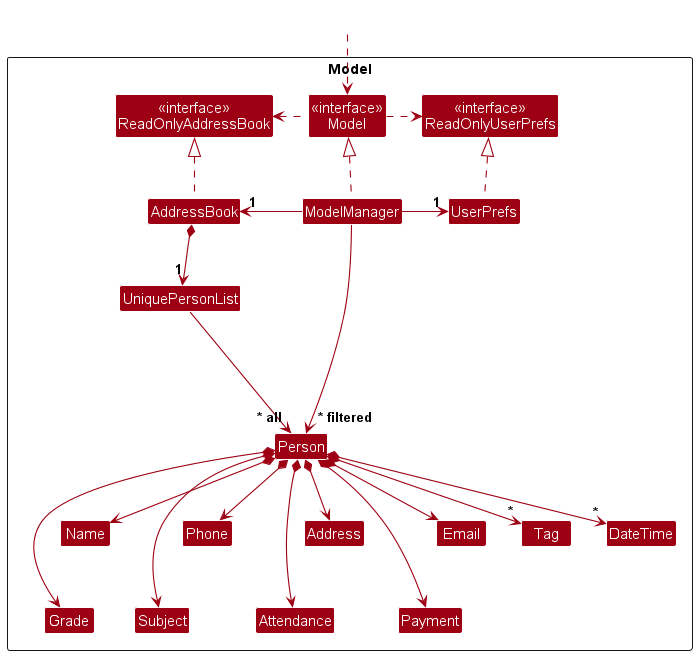
Above: docs/images/ModelClassDiagram.png in zoebelle-pang/tp (PlantUML), before the change.
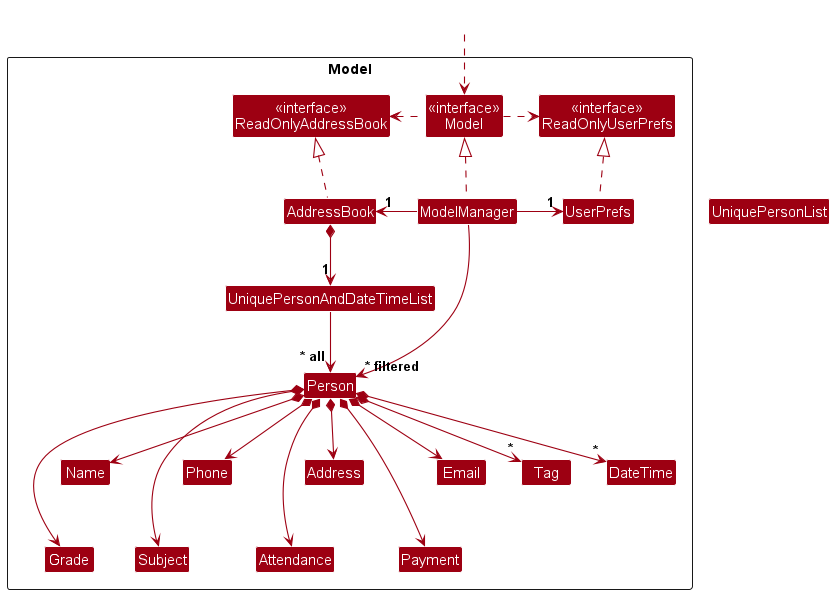
After the change.

Change to the diagram source:
```diff
@@ -12,7 +12,7 @@
 Class ModelManager
 Class UserPrefs
 
-Class UniquePersonList
+Class UniquePersonAndDateTimeList
 Class Person
 Class Address
 Class Email
@@ -21,9 +21,9 @@
 Class Tag
 Class Grade
 Class Subject
+Class DateTime
 Class Attendance
 Class Payment
-Class DateTime
 
 Class I #FFFFFF
 }
@@ -40,8 +40,8 @@
 ModelManager -right-> "1" UserPrefs
 UserPrefs .up.|> ReadOnlyUserPrefs
 
-AddressBook *--> "1" UniquePersonList
-UniquePersonList --> "~* all" Person
+AddressBook *--> "1" UniquePersonAndDateTimeList
+UniquePersonAndDateTimeList --> "~* all" Person
 Person *--> Name
 Person *--> Phone
 Person *--> Email
@@ -49,9 +49,9 @@
 Person *--> "*" Tag
 Person *-> Grade
 Person *-> Subject
+Person *--> "*" DateTime
 Person *-> Attendance
 Person *-> Payment
-Person *--> "*" DateTime
 
 Person -[hidden]up--> I
 Name -[hidden]-> Grade
```
